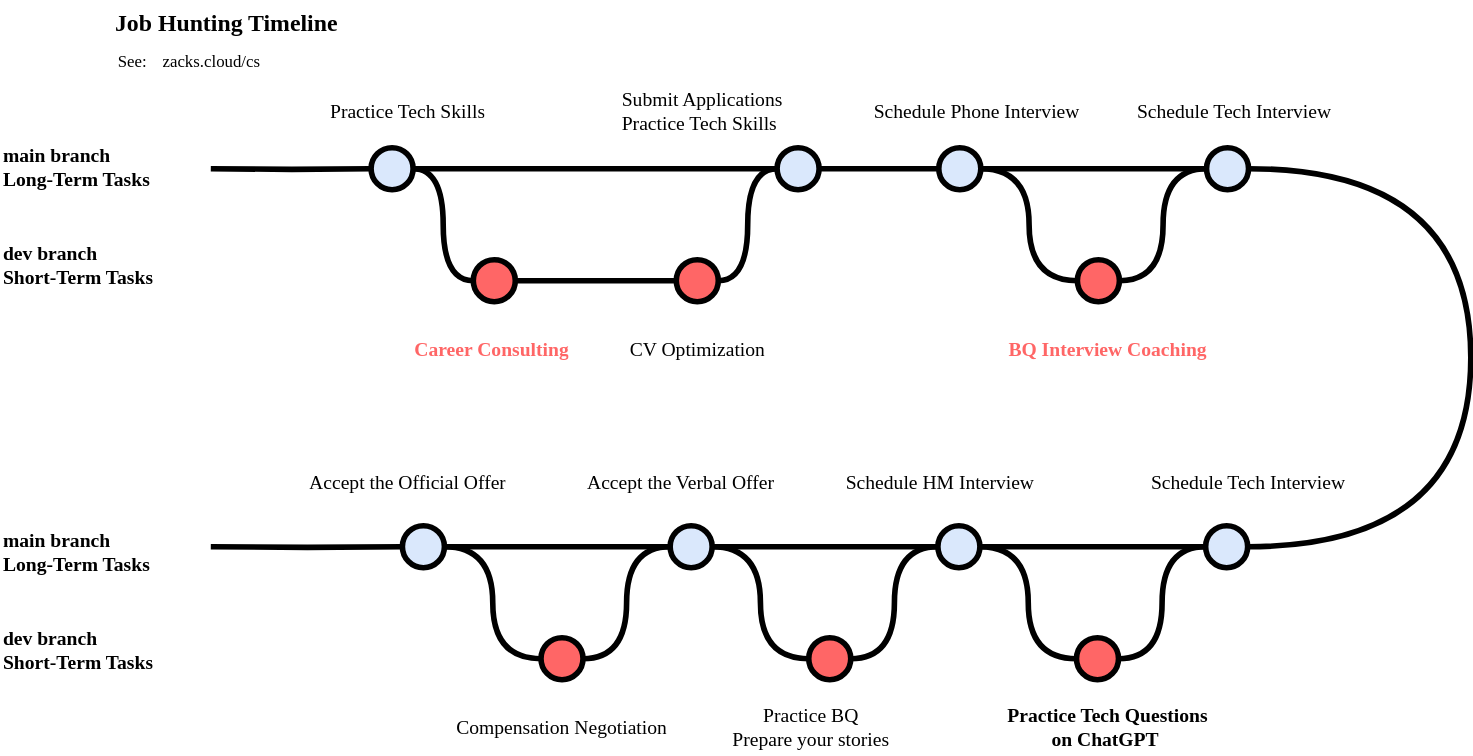
Earlier version of the draw.io export job_hunting_timeline.svg (ZacksAmber/Flowcharts). Source tidied: cells renumbered, new cells last; positions are measured from the earlier drawing's top-left corner, leaving out a move shared by most shapes.
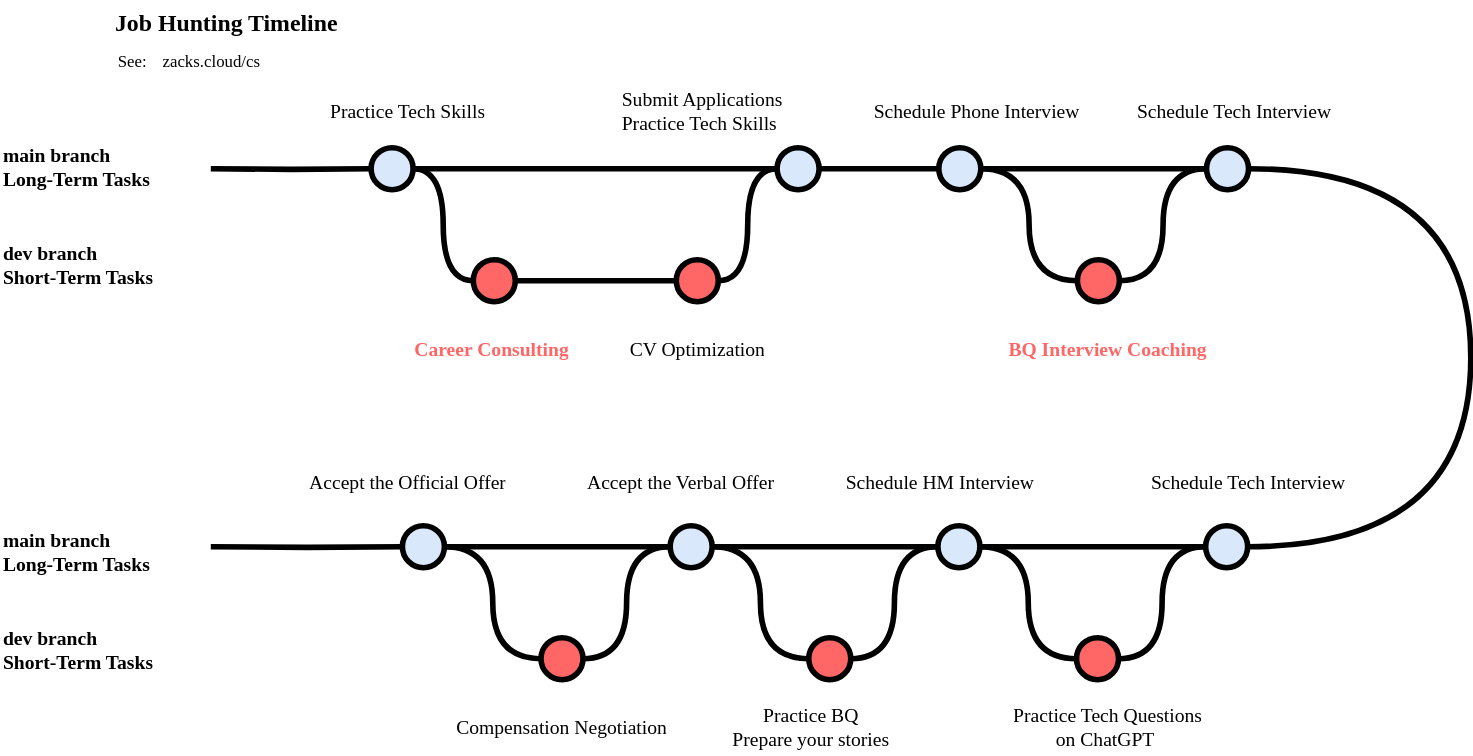
After the change.

The edit, as a diff of the source:
```diff
@@ -112,7 +112,7 @@
     <mxCell id="34" value="&lt;div&gt;Practice BQ&lt;/div&gt;Prepare your stories" style="text;html=1;strokeColor=none;fillColor=none;align=center;verticalAlign=middle;whiteSpace=wrap;overflow=hidden;fontSize=14;fontFamily=DinaRemaster;fontSource=https%3A%2F%2Ffonts.googleapis.com%2Fcss%3Ffamily%3DDinaRemaster;" parent="1" vertex="1">
       <mxGeometry x="487.7" y="500" width="181.6" height="40" as="geometry" />
     </mxCell>
-    <mxCell id="35" value="&lt;b&gt;Practice Tech Questions&lt;/b&gt;&lt;div&gt;&lt;b&gt;on ChatGPT&amp;nbsp;&lt;/b&gt;&lt;/div&gt;" style="text;html=1;strokeColor=none;fillColor=none;align=center;verticalAlign=middle;whiteSpace=wrap;overflow=hidden;fontSize=14;fontFamily=DinaRemaster;fontSource=https%3A%2F%2Ffonts.googleapis.com%2Fcss%3Ffamily%3DDinaRemaster;" parent="1" vertex="1">
+    <mxCell id="35" value="Practice Tech Questions&lt;div&gt;on ChatGPT&amp;nbsp;&lt;/div&gt;" style="text;html=1;strokeColor=none;fillColor=none;align=center;verticalAlign=middle;whiteSpace=wrap;overflow=hidden;fontSize=14;fontFamily=DinaRemaster;fontSource=https%3A%2F%2Ffonts.googleapis.com%2Fcss%3Ffamily%3DDinaRemaster;" parent="1" vertex="1">
       <mxGeometry x="700" y="500" width="181.6" height="40" as="geometry" />
     </mxCell>
     <mxCell id="36" value="Schedule Tech Interview" style="text;html=1;strokeColor=none;fillColor=none;align=left;verticalAlign=middle;whiteSpace=wrap;overflow=hidden;fontSize=14;fontFamily=DinaRemaster;fontSource=https%3A%2F%2Ffonts.googleapis.com%2Fcss%3Ffamily%3DDinaRemaster;" parent="1" vertex="1">
```
